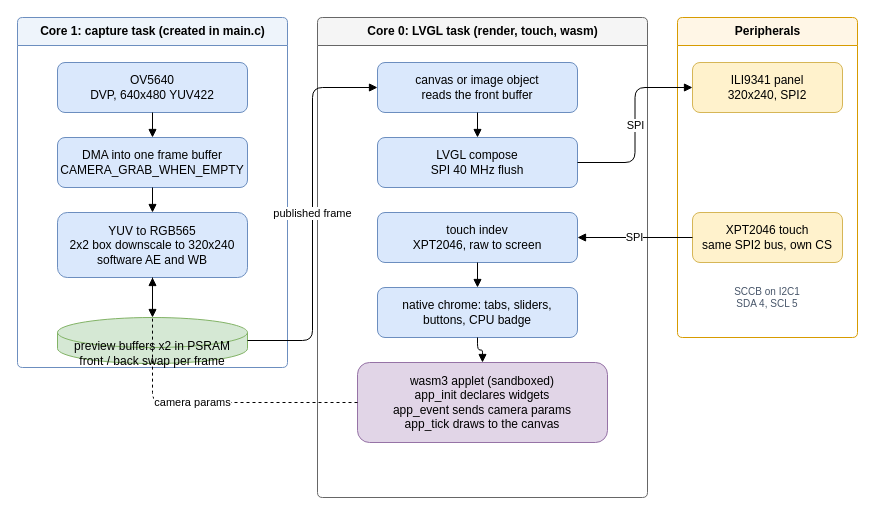
Before: docs/diagrams/architecture.drawio in fariswirakusuma/dalangs_TFT, a draw.io diagram. Source tidied: cells renumbered, new cells numbered last; positions are measured from the earlier drawing's top-left corner, leaving out a move shared by most shapes. Both pictures are drawn from the tidied source at 100%, with x=0, y=0 at pixel (17, 17).
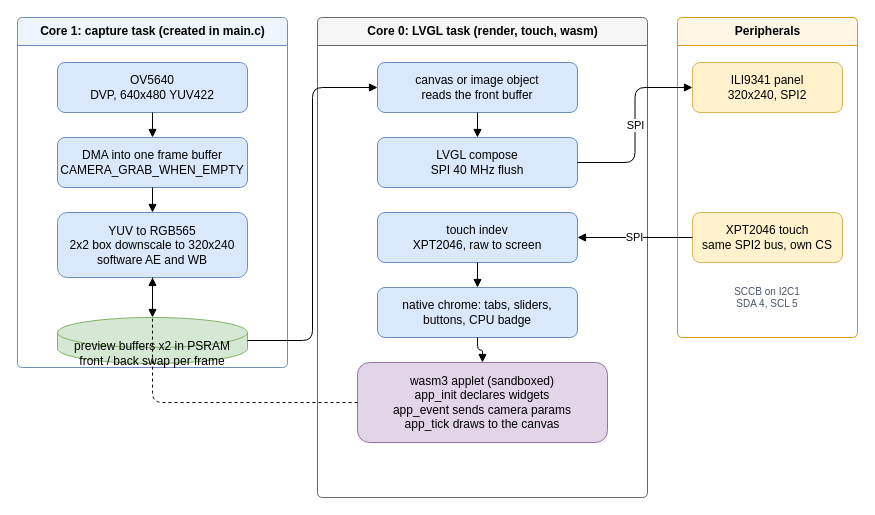
The same page after the edit.

Commit message (it also covers changes not shown here):
docs: tidy the diagram and switch the badges to markdown

Unchanged cells that the change refers to:
```xml
<mxCell id="7" value="YUV to RGB565&lt;br&gt;2x2 box downscale to 320x240&lt;br&gt;software AE and WB" style="rounded=1;whiteSpace=wrap;html=1;fillColor=#dae8fc;strokeColor=#6c8ebf;" parent="2" vertex="1">
  <mxGeometry x="40" y="195" width="190" height="65" as="geometry" />
</mxCell>
<mxCell id="8" value="preview buffers x2 in PSRAM&lt;br&gt;front / back swap per frame" style="shape=cylinder3;boundedLbl=1;whiteSpace=wrap;html=1;fillColor=#d5e8d4;strokeColor=#82b366;" parent="2" vertex="1">
  <mxGeometry x="40" y="300" width="190" height="46" as="geometry" />
</mxCell>
<mxCell id="9" value="canvas or image object&lt;br&gt;reads the front buffer" style="rounded=1;whiteSpace=wrap;html=1;fillColor=#dae8fc;strokeColor=#6c8ebf;" parent="3" vertex="1">
  <mxGeometry x="60" y="45" width="200" height="50" as="geometry" />
</mxCell>
<mxCell id="13" value="wasm3 applet (sandboxed)&lt;br&gt;app_init declares widgets&lt;br&gt;app_event sends camera params&lt;br&gt;app_tick draws to the canvas" style="rounded=1;whiteSpace=wrap;html=1;fillColor=#e1d5e7;strokeColor=#9673a6;" parent="3" vertex="1">
  <mxGeometry x="40" y="345" width="250" height="80" as="geometry" />
</mxCell>
```

Diff of the diagram source:
```diff
@@
-    <mxCell id="20" value="published frame" style="edgeStyle=orthogonalEdgeStyle;rounded=1;html=1;endArrow=block;exitX=1;exitY=0.5;entryX=0;entryY=0.5;" parent="1" edge="1" source="8" target="9">
+    <mxCell id="20" style="edgeStyle=orthogonalEdgeStyle;rounded=1;html=1;endArrow=block;exitX=1;exitY=0.5;entryX=0;entryY=0.5;" parent="1" edge="1" source="8" target="9">
       <mxGeometry relative="1" as="geometry" />
     </mxCell>
@@
-    <mxCell id="26" value="camera params" style="edgeStyle=orthogonalEdgeStyle;rounded=1;html=1;endArrow=block;dashed=1;exitX=0;exitY=0.5;entryX=0.5;entryY=1;" parent="1" edge="1" source="13" target="7">
+    <mxCell id="26" style="edgeStyle=orthogonalEdgeStyle;rounded=1;html=1;endArrow=block;dashed=1;exitX=0;exitY=0.5;entryX=0.5;entryY=1;" parent="1" edge="1" source="13" target="7">
       <mxGeometry relative="1" as="geometry" />
     </mxCell>
```
